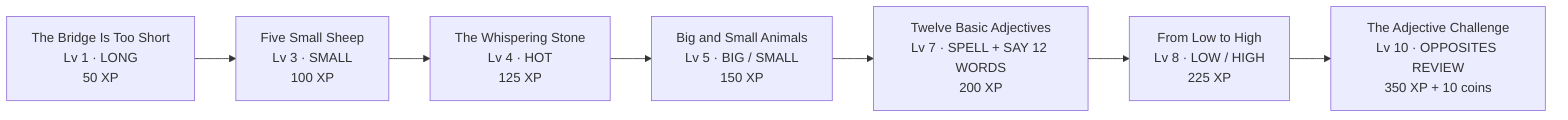
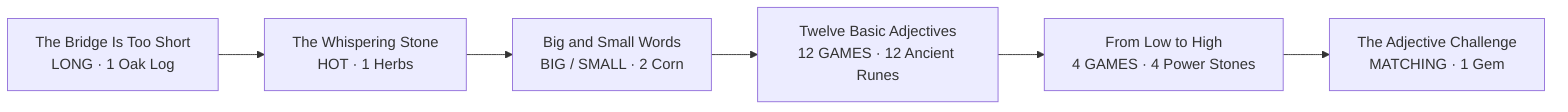
flowchart LR
-   Q1["The Bridge Is Too Short<br/>Lv 1 · LONG<br/>50 XP"]
-   Q2["Five Small Sheep<br/>Lv 3 · SMALL<br/>100 XP"]
-   Q3["The Whispering Stone<br/>Lv 4 · HOT<br/>125 XP"]
-   Q4["Big and Small Animals<br/>Lv 5 · BIG / SMALL<br/>150 XP"]
-   Q5["Twelve Basic Adjectives<br/>Lv 7 · SPELL + SAY 12 WORDS<br/>200 XP"]
-   Q6["From Low to High<br/>Lv 8 · LOW / HIGH<br/>225 XP"]
-   Q7["The Adjective Challenge<br/>Lv 10 · OPPOSITES REVIEW<br/>350 XP + 10 coins"]
+   Q1["The Bridge Is Too Short<br/>LONG · 1 Oak Log"]
+   Q2["The Whispering Stone<br/>HOT · 1 Herbs"]
+   Q3["Big and Small Words<br/>BIG / SMALL · 2 Corn"]
+   Q4["Twelve Basic Adjectives<br/>12 GAMES · 12 Ancient Runes"]
+   Q5["From Low to High<br/>4 GAMES · 4 Power Stones"]
+   Q6["The Adjective Challenge<br/>MATCHING · 1 Gem"]

-   Q1 --> Q2 --> Q3 --> Q4 --> Q5 --> Q6 --> Q7
+   Q1 --> Q2 --> Q3 --> Q4 --> Q5 --> Q6
